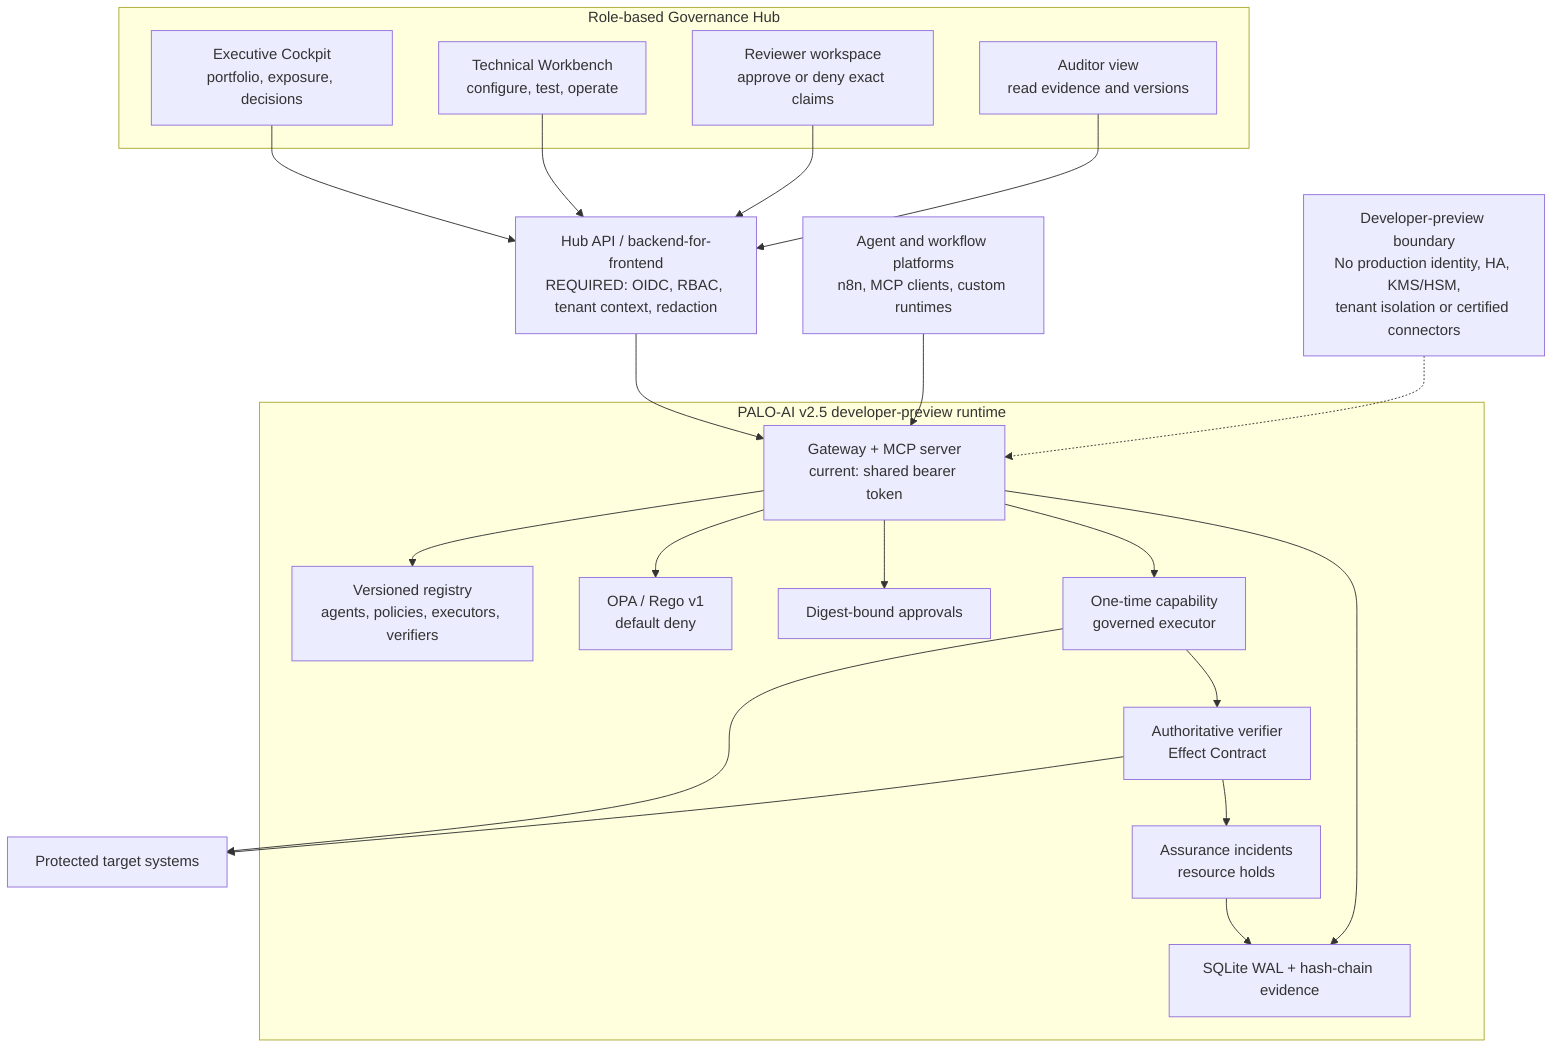
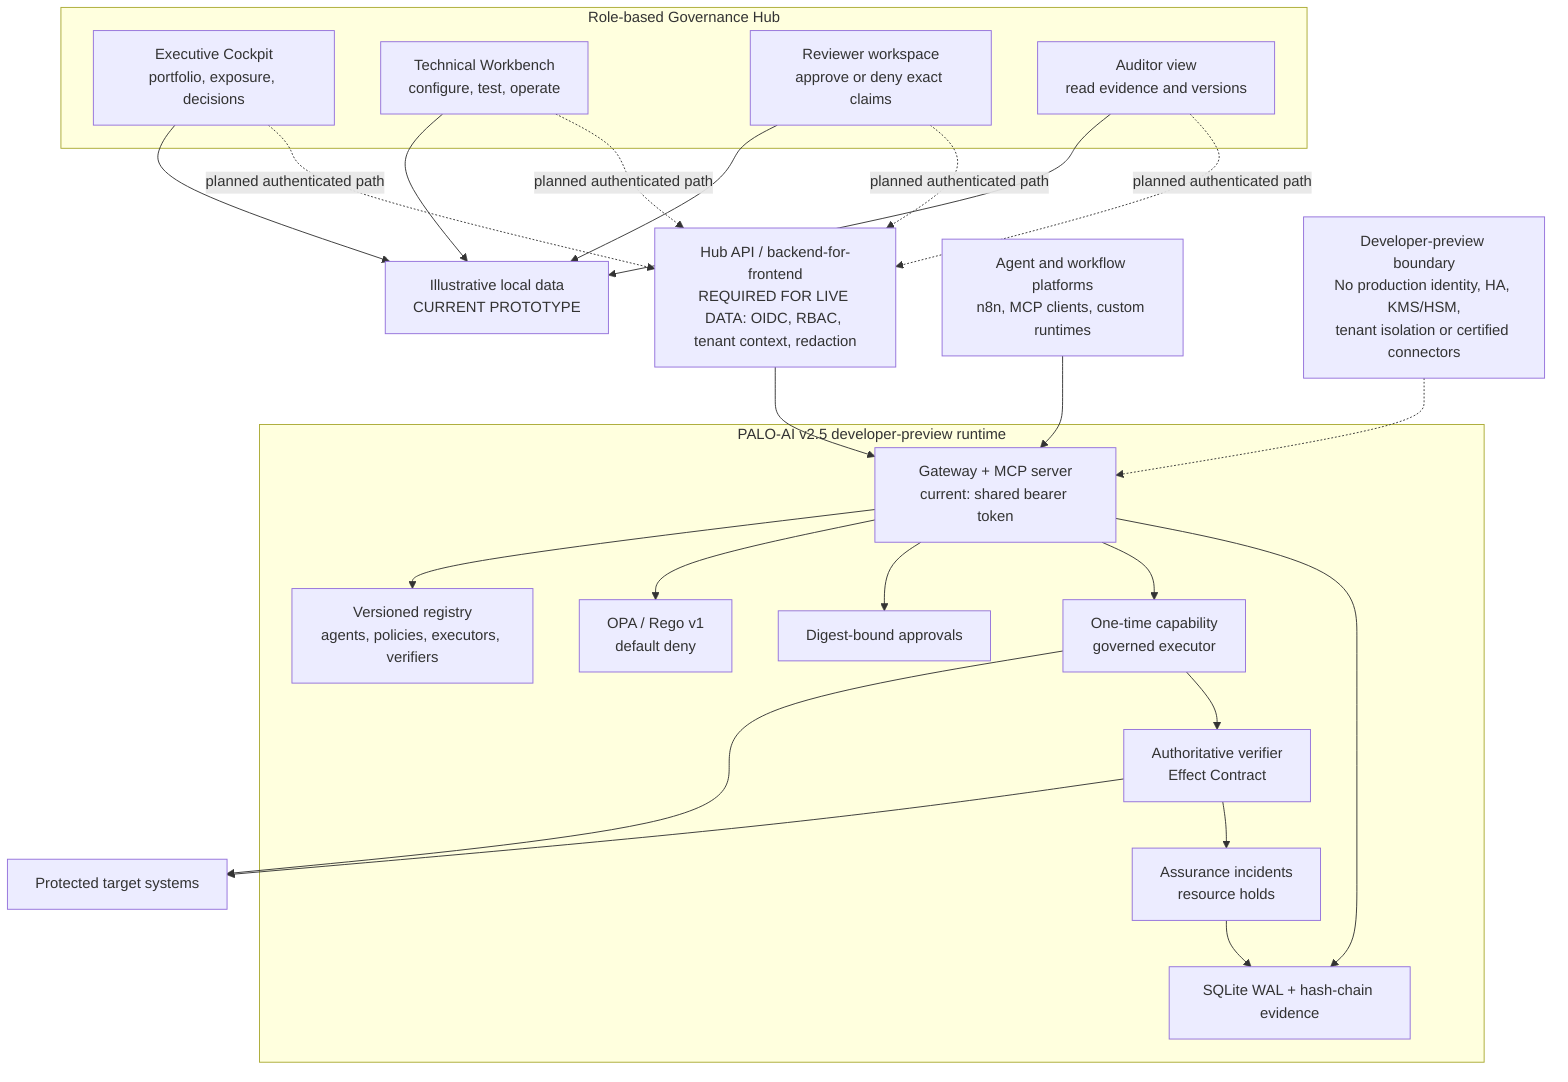
flowchart TB
    subgraph People["Role-based Governance Hub"]
        EC["Executive Cockpit<br/>portfolio, exposure, decisions"]
        TW["Technical Workbench<br/>configure, test, operate"]
        RV["Reviewer workspace<br/>approve or deny exact claims"]
        AU["Auditor view<br/>read evidence and versions"]
    end

-     BFF["Hub API / backend-for-frontend<br/>REQUIRED: OIDC, RBAC, tenant context, redaction"]
+     MOCK["Illustrative local data<br/>CURRENT PROTOTYPE"]
+     BFF["Hub API / backend-for-frontend<br/>REQUIRED FOR LIVE DATA: OIDC, RBAC, tenant context, redaction"]

    subgraph Runtime["PALO-AI v2.5 developer-preview runtime"]
        GW["Gateway + MCP server<br/>current: shared bearer token"]
        REG["Versioned registry<br/>agents, policies, executors, verifiers"]
        OPA["OPA / Rego v1<br/>default deny"]
        APR["Digest-bound approvals"]
        EXE["One-time capability<br/>governed executor"]
        VER["Authoritative verifier<br/>Effect Contract"]
        LED["SQLite WAL + hash-chain evidence"]
        INC["Assurance incidents<br/>resource holds"]
    end

    PLAT["Agent and workflow platforms<br/>n8n, MCP clients, custom runtimes"]
    TARGET["Protected target systems"]

-     EC --> BFF
-     TW --> BFF
-     RV --> BFF
-     AU --> BFF
+     EC --> MOCK
+     TW --> MOCK
+     RV --> MOCK
+     AU --> MOCK
+     EC -. "planned authenticated path" .-> BFF
+     TW -. "planned authenticated path" .-> BFF
+     RV -. "planned authenticated path" .-> BFF
+     AU -. "planned authenticated path" .-> BFF
    BFF --> GW
    PLAT --> GW
    GW --> REG
    GW --> OPA
    GW --> APR
    GW --> EXE
    EXE --> TARGET
    EXE --> VER
    VER --> TARGET
    GW --> LED
    VER --> INC
    INC --> LED

    NOTE["Developer-preview boundary<br/>No production identity, HA, KMS/HSM,<br/>tenant isolation or certified connectors"]
    NOTE -.-> GW
